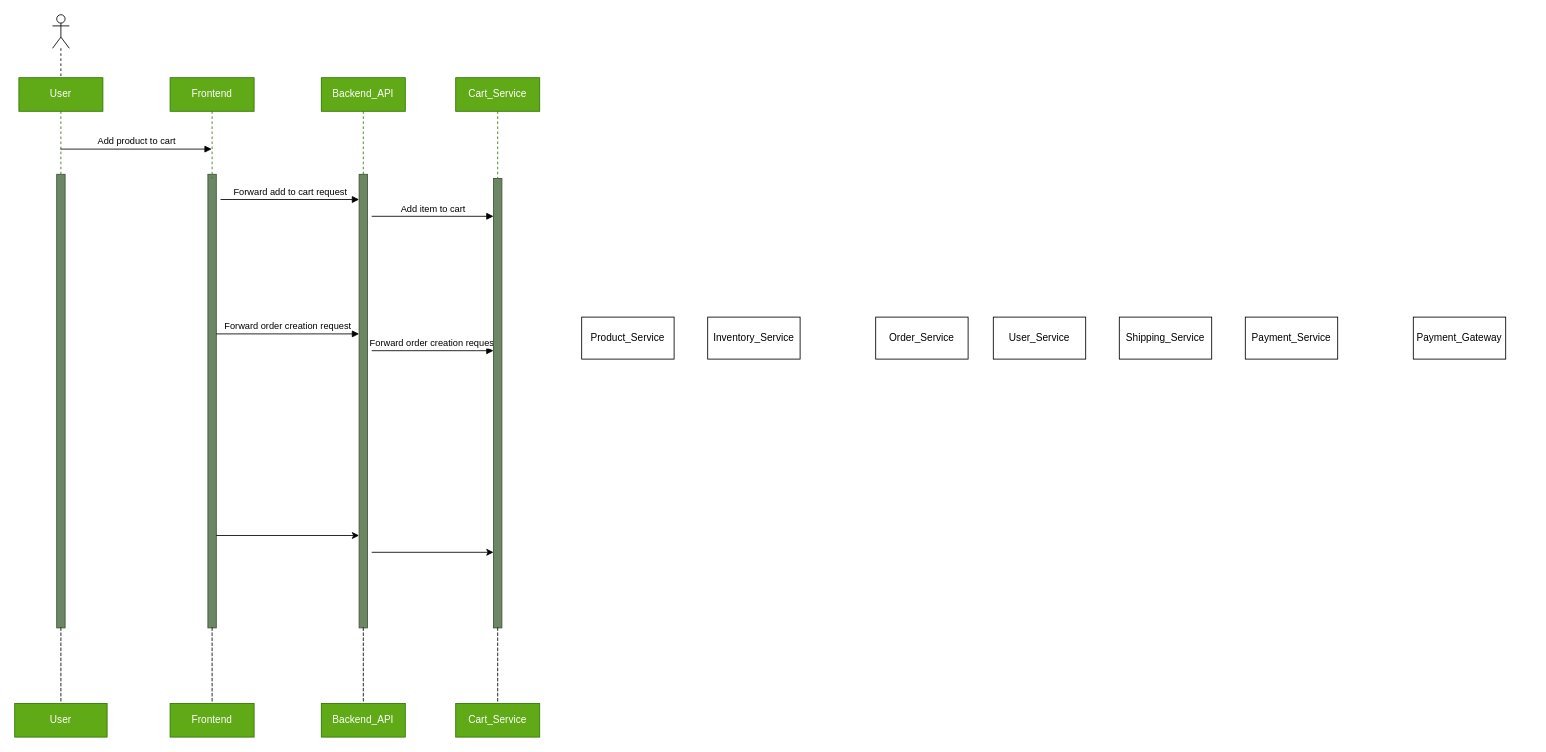
Andrey1988v/Order-and-Payment-Process-Flow keeps this draw.io diagram as schema/Product to Payment Workflow Diagram.drawio. Above is the earlier version. Source tidied: cells renumbered, new cells numbered last; positions are measured from the earlier drawing's top-left corner, leaving out a move shared by most shapes. Both pictures are drawn from the tidied source at 84%, with x=0, y=0 at pixel (14, 14).
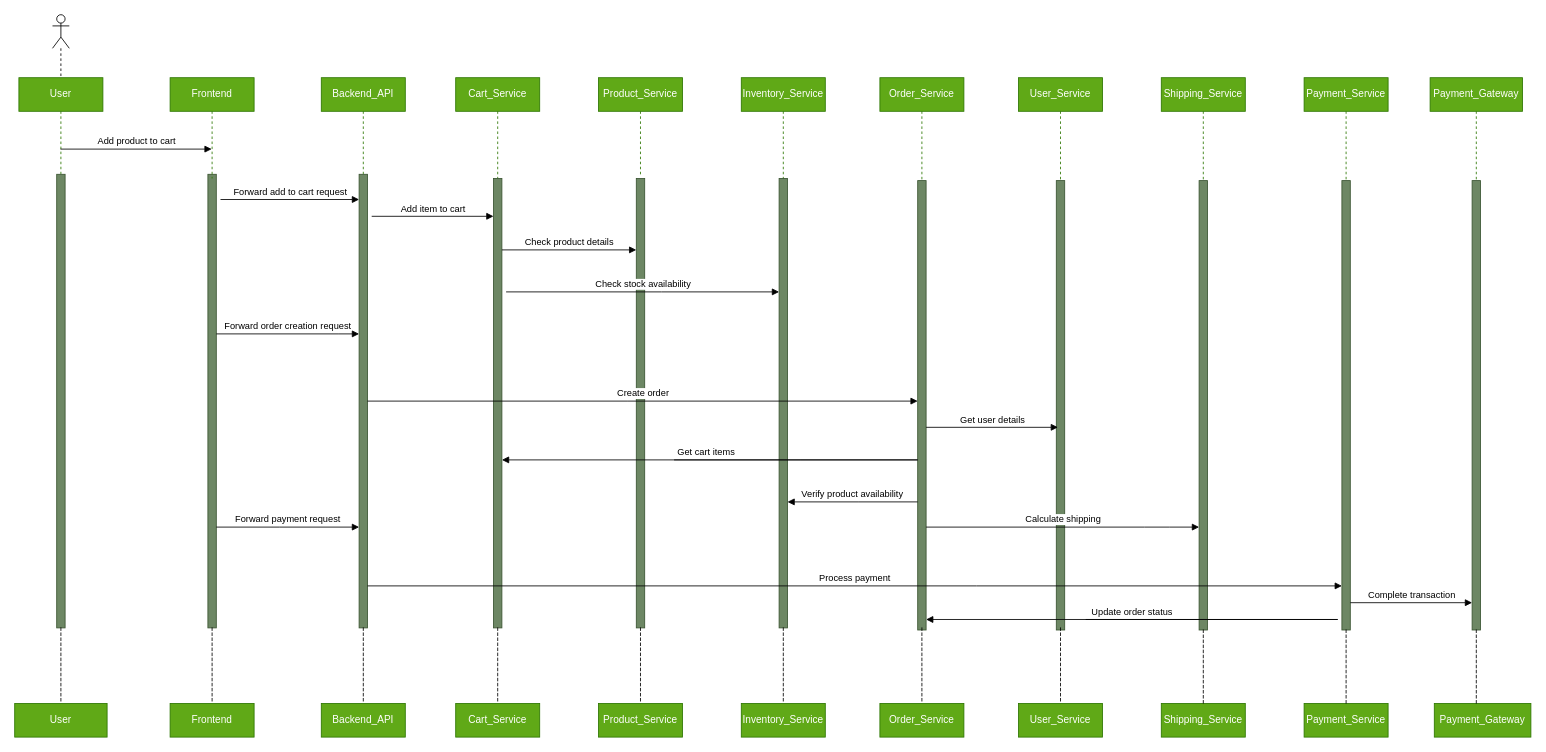
The same page after the edit.

The change refers to these unchanged cells:
```xml
<mxCell id="16" style="html=1;points=[[0,0,0,0,5],[0,1,0,0,-5],[1,0,0,0,5],[1,1,0,0,-5]];perimeter=orthogonalPerimeter;outlineConnect=0;targetShapes=umlLifeline;portConstraint=eastwest;newEdgeStyle={&quot;curved&quot;:0,&quot;rounded&quot;:0};fillColor=#6d8764;fontColor=#ffffff;strokeColor=#3A5431;" parent="1" vertex="1">
  <mxGeometry x="230" y="190" width="10" height="540" as="geometry" />
</mxCell>
<mxCell id="22" style="html=1;points=[[0,0,0,0,5],[0,1,0,0,-5],[1,0,0,0,5],[1,1,0,0,-5]];perimeter=orthogonalPerimeter;outlineConnect=0;targetShapes=umlLifeline;portConstraint=eastwest;newEdgeStyle={&quot;curved&quot;:0,&quot;rounded&quot;:0};fillColor=#6d8764;fontColor=#ffffff;strokeColor=#3A5431;" parent="1" vertex="1">
  <mxGeometry x="410" y="190" width="10" height="540" as="geometry" />
</mxCell>
<mxCell id="33" style="html=1;points=[[0,0,0,0,5],[0,1,0,0,-5],[1,0,0,0,5],[1,1,0,0,-5]];perimeter=orthogonalPerimeter;outlineConnect=0;targetShapes=umlLifeline;portConstraint=eastwest;newEdgeStyle={&quot;curved&quot;:0,&quot;rounded&quot;:0};fillColor=#6d8764;fontColor=#ffffff;strokeColor=#3A5431;" parent="1" vertex="1">
  <mxGeometry x="570" y="195" width="10" height="535" as="geometry" />
</mxCell>
```

Diff of the diagram source:
```diff
@@
-    <mxCell id="2" value="Inventory_Service" style="html=1;whiteSpace=wrap;" parent="1" vertex="1">
-      <mxGeometry x="825" y="360" width="110" height="50" as="geometry" />
-    </mxCell>
-    <mxCell id="3" value="Order_Service" style="html=1;whiteSpace=wrap;" parent="1" vertex="1">
-      <mxGeometry x="1025" y="360" width="110" height="50" as="geometry" />
-    </mxCell>
-    <mxCell id="4" value="User_Service" style="html=1;whiteSpace=wrap;" parent="1" vertex="1">
-      <mxGeometry x="1165" y="360" width="110" height="50" as="geometry" />
-    </mxCell>
-    <mxCell id="5" value="Shipping_Service" style="html=1;whiteSpace=wrap;" parent="1" vertex="1">
-      <mxGeometry x="1315" y="360" width="110" height="50" as="geometry" />
-    </mxCell>
-    <mxCell id="6" value="Payment_Service" style="html=1;whiteSpace=wrap;" parent="1" vertex="1">
-      <mxGeometry x="1465" y="360" width="110" height="50" as="geometry" />
-    </mxCell>
-    <mxCell id="7" value="Payment_Gateway" style="html=1;whiteSpace=wrap;" parent="1" vertex="1">
-      <mxGeometry x="1665" y="360" width="110" height="50" as="geometry" />
-    </mxCell>
-    <mxCell id="8" value="Product_Service" style="html=1;whiteSpace=wrap;" parent="1" vertex="1">
-      <mxGeometry x="675" y="360" width="110" height="50" as="geometry" />
-    </mxCell>
@@
-    <mxCell id="28" style="edgeStyle=none;jettySize=auto;html=1;rounded=0;" parent="1" edge="1" target="22">
-      <mxGeometry relative="1" as="geometry">
-        <mxPoint x="240" y="620" as="sourcePoint" />
-      </mxGeometry>
-    </mxCell>
@@
-    <mxCell id="31" value="Forward order creation request" style="html=1;verticalAlign=bottom;endArrow=block;curved=0;rounded=0;" parent="1" edge="1" target="33">
-      <mxGeometry relative="1" as="geometry">
-        <mxPoint x="425" y="400" as="sourcePoint" />
-        <Array as="points">
-          <mxPoint x="550" y="400" />
-        </Array>
-      </mxGeometry>
-    </mxCell>
-    <mxCell id="32" style="edgeStyle=none;jettySize=auto;html=1;rounded=0;" parent="1" edge="1" target="33">
-      <mxGeometry relative="1" as="geometry">
-        <mxPoint x="425" y="640" as="sourcePoint" />
-      </mxGeometry>
-    </mxCell>
@@
+    <mxCell id="37" value="Product_Service" style="shape=umlLifeline;perimeter=lifelinePerimeter;whiteSpace=wrap;html=1;newEdgeStyle={&quot;curved&quot;:0,&quot;rounded&quot;:0};fillColor=#60a917;strokeColor=#2D7600;fontColor=#ffffff;" parent="1" vertex="1">
+      <mxGeometry x="695" y="75" width="100" height="115" as="geometry" />
+    </mxCell>
+    <mxCell id="38" style="html=1;points=[[0,0,0,0,5],[0,1,0,0,-5],[1,0,0,0,5],[1,1,0,0,-5]];perimeter=orthogonalPerimeter;outlineConnect=0;targetShapes=umlLifeline;portConstraint=eastwest;newEdgeStyle={&quot;curved&quot;:0,&quot;rounded&quot;:0};fillColor=#6d8764;fontColor=#ffffff;strokeColor=#3A5431;" parent="1" vertex="1">
+      <mxGeometry x="740" y="195" width="10" height="535" as="geometry" />
+    </mxCell>
+    <mxCell id="39" value="Product_Service" style="html=1;whiteSpace=wrap;fillColor=#60a917;fontColor=#ffffff;strokeColor=#2D7600;" parent="1" vertex="1">
+      <mxGeometry x="695" y="820" width="100" height="40" as="geometry" />
+    </mxCell>
+    <mxCell id="40" style="shape=partialRectangle;fillColor=none;align=left;verticalAlign=middle;strokeColor=none;spacingLeft=34;" parent="1" vertex="1">
+      <mxGeometry x="715" y="730" width="90" height="90" as="geometry" />
+    </mxCell>
+    <mxCell id="41" style="shape=partialRectangle;top=0;left=0;bottom=0;fillColor=none;stokeWidth=1;dashed=1;align=left;verticalAlign=middle;spacingLeft=4;spacingRight=4;overflow=hidden;" parent="40" vertex="1">
+      <mxGeometry width="30" height="90" as="geometry" />
+    </mxCell>
+    <mxCell id="42" value="Inventory_Service" style="shape=umlLifeline;perimeter=lifelinePerimeter;whiteSpace=wrap;html=1;newEdgeStyle={&quot;curved&quot;:0,&quot;rounded&quot;:0};fillColor=#60a917;strokeColor=#2D7600;fontColor=#ffffff;" parent="1" vertex="1">
+      <mxGeometry x="865" y="75" width="100" height="122.5" as="geometry" />
+    </mxCell>
+    <mxCell id="43" style="html=1;points=[[0,0,0,0,5],[0,1,0,0,-5],[1,0,0,0,5],[1,1,0,0,-5]];perimeter=orthogonalPerimeter;outlineConnect=0;targetShapes=umlLifeline;portConstraint=eastwest;newEdgeStyle={&quot;curved&quot;:0,&quot;rounded&quot;:0};fillColor=#6d8764;fontColor=#ffffff;strokeColor=#3A5431;" parent="1" vertex="1">
+      <mxGeometry x="910" y="195" width="10" height="535" as="geometry" />
+    </mxCell>
+    <mxCell id="44" value="Inventory_Service" style="html=1;whiteSpace=wrap;fillColor=#60a917;fontColor=#ffffff;strokeColor=#2D7600;" parent="1" vertex="1">
+      <mxGeometry x="865" y="820" width="100" height="40" as="geometry" />
+    </mxCell>
+    <mxCell id="45" style="shape=partialRectangle;fillColor=none;align=left;verticalAlign=middle;strokeColor=none;spacingLeft=34;" parent="1" vertex="1">
+      <mxGeometry x="885" y="730" width="90" height="90" as="geometry" />
+    </mxCell>
+    <mxCell id="46" style="shape=partialRectangle;top=0;left=0;bottom=0;fillColor=none;stokeWidth=1;dashed=1;align=left;verticalAlign=middle;spacingLeft=4;spacingRight=4;overflow=hidden;" parent="45" vertex="1">
+      <mxGeometry width="30" height="90" as="geometry" />
+    </mxCell>
+    <mxCell id="47" value="Check product details" style="html=1;verticalAlign=bottom;endArrow=block;curved=0;rounded=0;" parent="1" edge="1" target="38">
+      <mxGeometry relative="1" as="geometry">
+        <mxPoint x="580" y="280" as="sourcePoint" />
+      </mxGeometry>
+    </mxCell>
+    <mxCell id="48" value="Check stock availability" style="html=1;verticalAlign=bottom;endArrow=block;curved=0;rounded=0;" parent="1" edge="1" target="43">
+      <mxGeometry relative="1" as="geometry">
+        <mxPoint x="585" y="330" as="sourcePoint" />
+        <Array as="points">
+          <mxPoint x="770" y="330" />
+        </Array>
+      </mxGeometry>
+    </mxCell>
+    <mxCell id="49" value="Order_Service" style="shape=umlLifeline;perimeter=lifelinePerimeter;whiteSpace=wrap;html=1;newEdgeStyle={&quot;curved&quot;:0,&quot;rounded&quot;:0};fillColor=#60a917;strokeColor=#2D7600;fontColor=#ffffff;" parent="1" vertex="1">
+      <mxGeometry x="1030" y="75" width="100" height="122.5" as="geometry" />
+    </mxCell>
+    <mxCell id="50" style="html=1;points=[[0,0,0,0,5],[0,1,0,0,-5],[1,0,0,0,5],[1,1,0,0,-5]];perimeter=orthogonalPerimeter;outlineConnect=0;targetShapes=umlLifeline;portConstraint=eastwest;newEdgeStyle={&quot;curved&quot;:0,&quot;rounded&quot;:0};fillColor=#6d8764;fontColor=#ffffff;strokeColor=#3A5431;" parent="1" vertex="1">
+      <mxGeometry x="1075" y="197.5" width="10" height="535" as="geometry" />
+    </mxCell>
+    <mxCell id="51" value="Order_Service" style="html=1;whiteSpace=wrap;fillColor=#60a917;fontColor=#ffffff;strokeColor=#2D7600;" parent="1" vertex="1">
+      <mxGeometry x="1030" y="820" width="100" height="40" as="geometry" />
+    </mxCell>
+    <mxCell id="52" style="shape=partialRectangle;fillColor=none;align=left;verticalAlign=middle;strokeColor=none;spacingLeft=34;" parent="1" vertex="1">
+      <mxGeometry x="1050" y="730" width="90" height="90" as="geometry" />
+    </mxCell>
+    <mxCell id="53" style="shape=partialRectangle;top=0;left=0;bottom=0;fillColor=none;stokeWidth=1;dashed=1;align=left;verticalAlign=middle;spacingLeft=4;spacingRight=4;overflow=hidden;" parent="52" vertex="1">
+      <mxGeometry width="30" height="90" as="geometry" />
+    </mxCell>
+    <mxCell id="54" value="Create order" style="html=1;verticalAlign=bottom;endArrow=block;curved=0;rounded=0;" parent="1" edge="1" source="22" target="50">
+      <mxGeometry relative="1" as="geometry">
+        <Array as="points">
+          <mxPoint x="730" y="460" />
+        </Array>
+      </mxGeometry>
+    </mxCell>
+    <mxCell id="55" value="Get cart items" style="html=1;verticalAlign=bottom;endArrow=block;curved=0;rounded=0;" parent="1" edge="1" target="33">
+      <mxGeometry x="0.38" relative="1" as="geometry">
+        <mxPoint x="785" y="530" as="sourcePoint" />
+        <Array as="points">
+          <mxPoint x="935" y="530" />
+          <mxPoint x="1075" y="530" />
+        </Array>
+      </mxGeometry>
+    </mxCell>
+    <mxCell id="56" value="Verify product availability" style="html=1;verticalAlign=bottom;endArrow=block;curved=0;rounded=0;" parent="1" edge="1" source="50" target="43">
+      <mxGeometry relative="1" as="geometry">
+        <Array as="points">
+          <mxPoint x="1005" y="580" />
+        </Array>
+      </mxGeometry>
+    </mxCell>
+    <mxCell id="57" value="Forward payment request" style="html=1;verticalAlign=bottom;endArrow=block;curved=0;rounded=0;" parent="1" edge="1" source="16" target="22">
+      <mxGeometry relative="1" as="geometry">
+        <Array as="points">
+          <mxPoint x="315" y="610" />
+        </Array>
+      </mxGeometry>
+    </mxCell>
+    <mxCell id="58" value="User_Service" style="shape=umlLifeline;perimeter=lifelinePerimeter;whiteSpace=wrap;html=1;newEdgeStyle={&quot;curved&quot;:0,&quot;rounded&quot;:0};fillColor=#60a917;strokeColor=#2D7600;fontColor=#ffffff;" parent="1" vertex="1">
+      <mxGeometry x="1195" y="75" width="100" height="122.5" as="geometry" />
+    </mxCell>
+    <mxCell id="59" style="html=1;points=[[0,0,0,0,5],[0,1,0,0,-5],[1,0,0,0,5],[1,1,0,0,-5]];perimeter=orthogonalPerimeter;outlineConnect=0;targetShapes=umlLifeline;portConstraint=eastwest;newEdgeStyle={&quot;curved&quot;:0,&quot;rounded&quot;:0};fillColor=#6d8764;fontColor=#ffffff;strokeColor=#3A5431;" parent="1" vertex="1">
+      <mxGeometry x="1240" y="197.5" width="10" height="535" as="geometry" />
+    </mxCell>
+    <mxCell id="60" value="User_Service" style="html=1;whiteSpace=wrap;fillColor=#60a917;fontColor=#ffffff;strokeColor=#2D7600;" parent="1" vertex="1">
+      <mxGeometry x="1195" y="820" width="100" height="40" as="geometry" />
+    </mxCell>
+    <mxCell id="61" style="shape=partialRectangle;fillColor=none;align=left;verticalAlign=middle;strokeColor=none;spacingLeft=34;" parent="1" vertex="1">
+      <mxGeometry x="1215" y="730" width="90" height="90" as="geometry" />
+    </mxCell>
+    <mxCell id="62" style="shape=partialRectangle;top=0;left=0;bottom=0;fillColor=none;stokeWidth=1;dashed=1;align=left;verticalAlign=middle;spacingLeft=4;spacingRight=4;overflow=hidden;" parent="61" vertex="1">
+      <mxGeometry width="30" height="90" as="geometry" />
+    </mxCell>
+    <mxCell id="63" value="Get user details" style="html=1;verticalAlign=bottom;endArrow=block;curved=0;rounded=0;entryX=0.2;entryY=0.549;entryDx=0;entryDy=0;entryPerimeter=0;" parent="1" edge="1" source="50" target="59">
+      <mxGeometry relative="1" as="geometry" />
+    </mxCell>
+    <mxCell id="64" value="Shipping_Service" style="shape=umlLifeline;perimeter=lifelinePerimeter;whiteSpace=wrap;html=1;newEdgeStyle={&quot;curved&quot;:0,&quot;rounded&quot;:0};fillColor=#60a917;strokeColor=#2D7600;fontColor=#ffffff;" parent="1" vertex="1">
+      <mxGeometry x="1365" y="75" width="100" height="122.5" as="geometry" />
+    </mxCell>
+    <mxCell id="65" style="html=1;points=[[0,0,0,0,5],[0,1,0,0,-5],[1,0,0,0,5],[1,1,0,0,-5]];perimeter=orthogonalPerimeter;outlineConnect=0;targetShapes=umlLifeline;portConstraint=eastwest;newEdgeStyle={&quot;curved&quot;:0,&quot;rounded&quot;:0};fillColor=#6d8764;fontColor=#ffffff;strokeColor=#3A5431;" parent="1" vertex="1">
+      <mxGeometry x="1410" y="197.5" width="10" height="535" as="geometry" />
+    </mxCell>
+    <mxCell id="66" value="Shipping_Service" style="html=1;whiteSpace=wrap;fillColor=#60a917;fontColor=#ffffff;strokeColor=#2D7600;" parent="1" vertex="1">
+      <mxGeometry x="1365" y="820" width="100" height="40" as="geometry" />
+    </mxCell>
+    <mxCell id="67" style="shape=partialRectangle;fillColor=none;align=left;verticalAlign=middle;strokeColor=none;spacingLeft=34;" parent="1" vertex="1">
+      <mxGeometry x="1385" y="732.5" width="90" height="90" as="geometry" />
+    </mxCell>
+    <mxCell id="68" style="shape=partialRectangle;top=0;left=0;bottom=0;fillColor=none;stokeWidth=1;dashed=1;align=left;verticalAlign=middle;spacingLeft=4;spacingRight=4;overflow=hidden;" parent="67" vertex="1">
+      <mxGeometry width="30" height="90" as="geometry" />
+    </mxCell>
+    <mxCell id="69" value="Calculate shipping" style="html=1;verticalAlign=bottom;endArrow=block;curved=0;rounded=0;" parent="1" edge="1" source="50" target="65">
+      <mxGeometry relative="1" as="geometry">
+        <Array as="points">
+          <mxPoint x="1345" y="610" />
+          <mxPoint x="1375" y="610" />
+        </Array>
+      </mxGeometry>
+    </mxCell>
+    <mxCell id="70" value="Payment_Service" style="shape=umlLifeline;perimeter=lifelinePerimeter;whiteSpace=wrap;html=1;newEdgeStyle={&quot;curved&quot;:0,&quot;rounded&quot;:0};fillColor=#60a917;strokeColor=#2D7600;fontColor=#ffffff;" parent="1" vertex="1">
+      <mxGeometry x="1535" y="75" width="100" height="122.5" as="geometry" />
+    </mxCell>
+    <mxCell id="71" style="html=1;points=[[0,0,0,0,5],[0,1,0,0,-5],[1,0,0,0,5],[1,1,0,0,-5]];perimeter=orthogonalPerimeter;outlineConnect=0;targetShapes=umlLifeline;portConstraint=eastwest;newEdgeStyle={&quot;curved&quot;:0,&quot;rounded&quot;:0};fillColor=#6d8764;fontColor=#ffffff;strokeColor=#3A5431;" parent="1" vertex="1">
+      <mxGeometry x="1580" y="197.5" width="10" height="535" as="geometry" />
+    </mxCell>
+    <mxCell id="72" value="Payment_Service" style="html=1;whiteSpace=wrap;fillColor=#60a917;fontColor=#ffffff;strokeColor=#2D7600;" parent="1" vertex="1">
+      <mxGeometry x="1535" y="820" width="100" height="40" as="geometry" />
+    </mxCell>
+    <mxCell id="73" style="shape=partialRectangle;fillColor=none;align=left;verticalAlign=middle;strokeColor=none;spacingLeft=34;" parent="1" vertex="1">
+      <mxGeometry x="1555" y="732.5" width="90" height="90" as="geometry" />
+    </mxCell>
+    <mxCell id="74" style="shape=partialRectangle;top=0;left=0;bottom=0;fillColor=none;stokeWidth=1;dashed=1;align=left;verticalAlign=middle;spacingLeft=4;spacingRight=4;overflow=hidden;" parent="73" vertex="1">
+      <mxGeometry width="30" height="90" as="geometry" />
+    </mxCell>
+    <mxCell id="75" value="Process payment" style="html=1;verticalAlign=bottom;endArrow=block;curved=0;rounded=0;" parent="1" edge="1" source="22" target="71">
+      <mxGeometry relative="1" as="geometry">
+        <Array as="points">
+          <mxPoint x="1145" y="680" />
+        </Array>
+      </mxGeometry>
+    </mxCell>
+    <mxCell id="76" value="Update order status" style="html=1;verticalAlign=bottom;endArrow=block;curved=0;rounded=0;" parent="1" edge="1">
+      <mxGeometry x="0.38" relative="1" as="geometry">
+        <mxPoint x="1275" y="720" as="sourcePoint" />
+        <mxPoint x="1085" y="720" as="targetPoint" />
+        <Array as="points">
+          <mxPoint x="1575" y="720" />
+        </Array>
+      </mxGeometry>
+    </mxCell>
+    <mxCell id="77" value="Payment_Gateway" style="shape=umlLifeline;perimeter=lifelinePerimeter;whiteSpace=wrap;html=1;newEdgeStyle={&quot;curved&quot;:0,&quot;rounded&quot;:0};fillColor=#60a917;strokeColor=#2D7600;fontColor=#ffffff;" parent="1" vertex="1">
+      <mxGeometry x="1685" y="75" width="110" height="125" as="geometry" />
+    </mxCell>
+    <mxCell id="78" style="html=1;perimeter=orthogonalPerimeter;targetShapes=umlLifeline;newEdgeStyle={&quot;curved&quot;:0,&quot;rounded&quot;:0};fillColor=#6d8764;fontColor=#ffffff;strokeColor=#3A5431;" parent="1" vertex="1">
+      <mxGeometry x="1735" y="197.5" width="10" height="535" as="geometry" />
+    </mxCell>
+    <mxCell id="79" value="Payment_Gateway" style="html=1;whiteSpace=wrap;fillColor=#60a917;fontColor=#ffffff;strokeColor=#2D7600;" parent="1" vertex="1">
+      <mxGeometry x="1690" y="820" width="115" height="40" as="geometry" />
+    </mxCell>
+    <mxCell id="80" style="shape=partialRectangle;fillColor=none;align=left;verticalAlign=middle;strokeColor=none;spacingLeft=34;" parent="1" vertex="1">
+      <mxGeometry x="1710" y="732.5" width="90" height="90" as="geometry" />
+    </mxCell>
+    <mxCell id="81" style="shape=partialRectangle;top=0;left=0;bottom=0;fillColor=none;stokeWidth=1;dashed=1;align=left;verticalAlign=middle;spacingLeft=4;spacingRight=4;overflow=hidden;" parent="80" vertex="1">
+      <mxGeometry width="30" height="90" as="geometry" />
+    </mxCell>
+    <mxCell id="82" value="Complete transaction" style="html=1;verticalAlign=bottom;endArrow=block;curved=0;rounded=0;" parent="1" edge="1" source="71">
+      <mxGeometry x="0.01" relative="1" as="geometry">
+        <mxPoint x="1735" y="700" as="targetPoint" />
+      </mxGeometry>
+    </mxCell>
```
